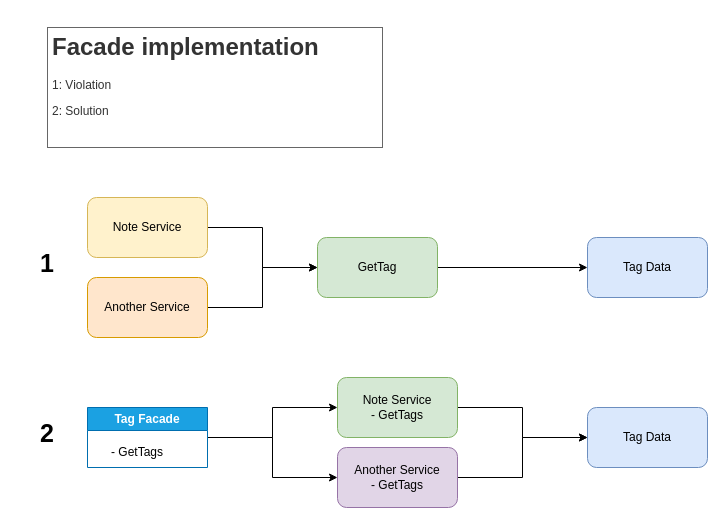
Before: Facade.SRP.drawio in carsimoes/smart-notes, a draw.io diagram. Source tidied: cells renumbered, new cells numbered last; positions are measured from the earlier drawing's top-left corner, leaving out a move shared by most shapes. Both pictures are drawn from the tidied source at 100%, with x=0, y=0 at pixel (17, 27).
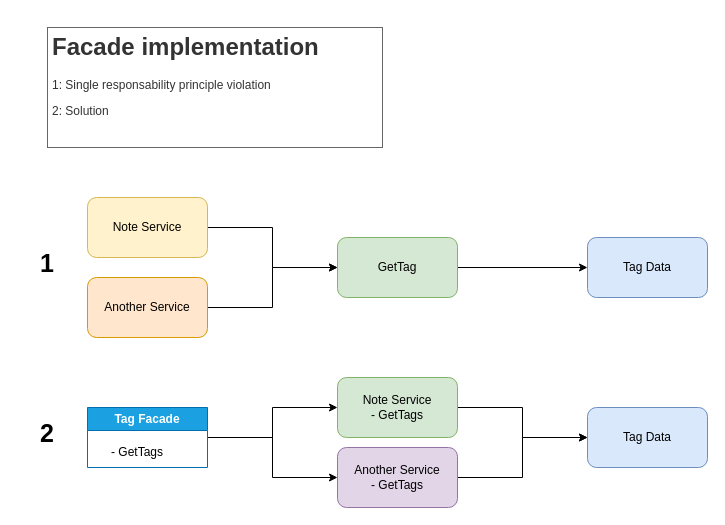
Above is the later version.

Diff of the diagram source:
```diff
@@
     <mxCell id="5" value="GetTag" style="rounded=1;whiteSpace=wrap;html=1;fillColor=#d5e8d4;strokeColor=#82b366;" parent="1" vertex="1">
-      <mxGeometry x="300" y="210" width="120" height="60" as="geometry" />
+      <mxGeometry x="320" y="210" width="120" height="60" as="geometry" />
     </mxCell>
@@
-    <mxCell id="17" value="&lt;h1&gt;Facade implementation&lt;/h1&gt;&lt;p&gt;1: Violation&lt;/p&gt;&lt;p&gt;2: Solution&lt;/p&gt;" style="text;html=1;spacing=5;spacingTop=-20;whiteSpace=wrap;overflow=hidden;rounded=0;fillColor=default;fontColor=#333333;strokeColor=#666666;" parent="1" vertex="1">
+    <mxCell id="17" value="&lt;h1&gt;Facade implementation&lt;/h1&gt;&lt;p&gt;1: Single responsability principle violation&lt;/p&gt;&lt;p&gt;2: Solution&lt;/p&gt;" style="text;html=1;spacing=5;spacingTop=-20;whiteSpace=wrap;overflow=hidden;rounded=0;fillColor=default;fontColor=#333333;strokeColor=#666666;" parent="1" vertex="1">
       <mxGeometry x="30" width="335" height="120" as="geometry" />
     </mxCell>
```
